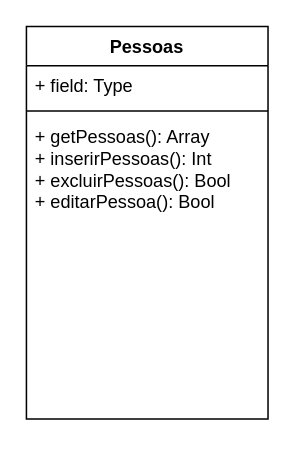
Before: Aula03/Diagrama sem nome.drawio in andredisner/ProgramaRSTI, a draw.io diagram. Source tidied: cells renumbered, new cells numbered last; positions are measured from the earlier drawing's top-left corner, leaving out a move shared by most shapes. Both pictures are drawn from the tidied source at 151%, with x=0, y=0 at pixel (26, 26).
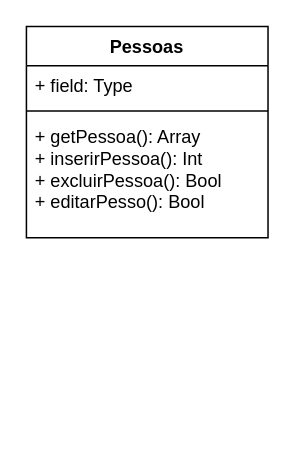
Above is the later version.

The edit, as a diff of the source:
```diff
@@
 <mxGraphModel>
   <root>
     <mxCell id="0" />
     <mxCell id="1" parent="0" />
     <mxCell id="2" value="Pessoas" style="swimlane;fontStyle=1;align=center;verticalAlign=top;horizontal=1;startSize=26;whiteSpace=wrap;html=1;" parent="1" vertex="1">
-      <mxGeometry width="160" height="260" as="geometry" />
+      <mxGeometry width="160" height="140" as="geometry" />
     </mxCell>
     <mxCell id="3" value="+ field: Type" style="text;strokeColor=none;fillColor=none;align=left;verticalAlign=top;spacingLeft=4;spacingRight=4;overflow=hidden;whiteSpace=wrap;html=1;" parent="2" vertex="1">
       <mxGeometry y="26" width="160" height="26" as="geometry" />
     </mxCell>
     <mxCell id="4" style="line;strokeWidth=1;fillColor=none;align=left;verticalAlign=middle;spacingTop=-1;spacingLeft=3;spacingRight=3;labelPosition=right;strokeColor=inherit;" parent="2" vertex="1">
       <mxGeometry y="52" width="160" height="8" as="geometry" />
     </mxCell>
-    <mxCell id="5" value="+ getPessoas(): Array&lt;div&gt;+ inserirPessoas(): Int&lt;/div&gt;&lt;div&gt;+ excluirPessoas(): Bool&lt;/div&gt;&lt;div&gt;+ editarPessoa(): Bool&lt;/div&gt;&lt;div&gt;&lt;br&gt;&lt;/div&gt;" style="text;strokeColor=none;fillColor=none;align=left;verticalAlign=top;spacingLeft=4;spacingRight=4;overflow=hidden;whiteSpace=wrap;html=1;" parent="2" vertex="1">
-      <mxGeometry y="60" width="160" height="200" as="geometry" />
+    <mxCell id="5" value="+ getPessoa(): Array&lt;div&gt;+ inserirPessoa(): Int&lt;/div&gt;&lt;div&gt;+ excluirPessoa(): Bool&lt;/div&gt;&lt;div&gt;+ editarPesso(): Bool&lt;/div&gt;&lt;div&gt;&lt;br&gt;&lt;/div&gt;&lt;div&gt;&lt;br&gt;&lt;/div&gt;" style="text;strokeColor=none;fillColor=none;align=left;verticalAlign=top;spacingLeft=4;spacingRight=4;overflow=hidden;whiteSpace=wrap;html=1;" parent="2" vertex="1">
+      <mxGeometry y="60" width="160" height="80" as="geometry" />
     </mxCell>
   </root>
 </mxGraphModel>
```
